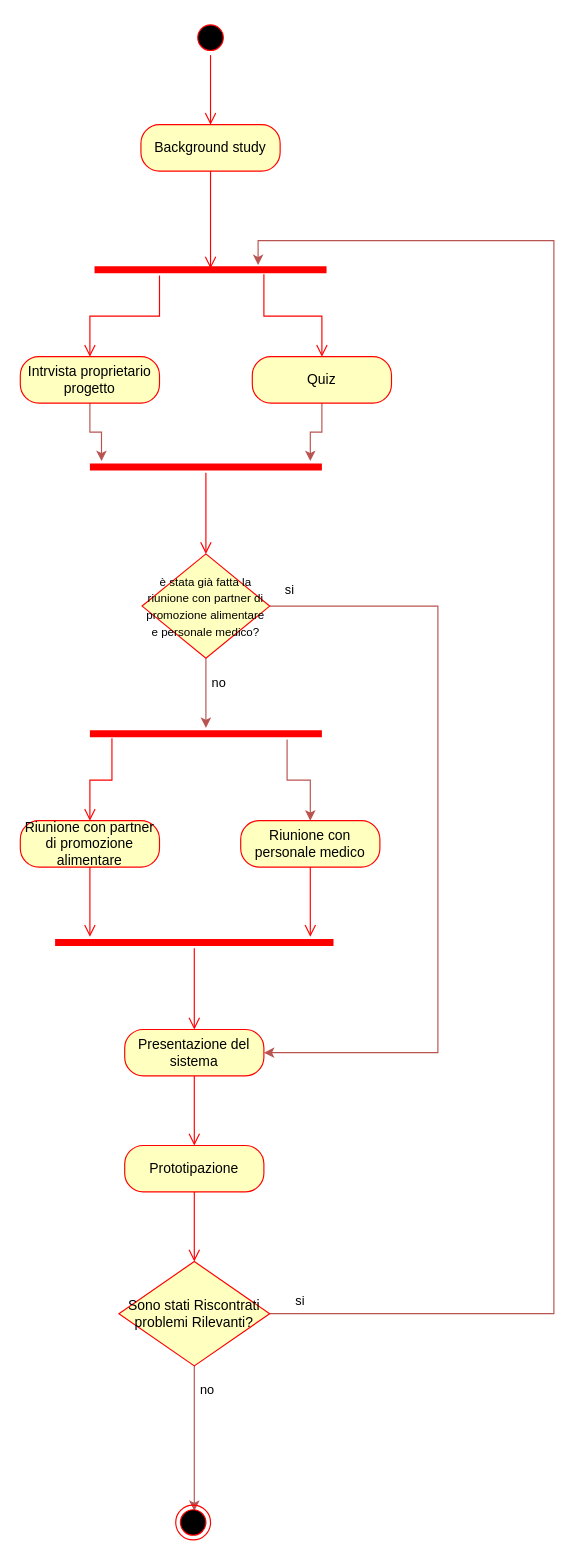
Barbera9/mixed keeps this draw.io diagram as grafi/V2.drawio. Above is the earlier version. Source tidied: cells renumbered, new cells numbered last; positions are measured from the earlier drawing's top-left corner, leaving out a move shared by most shapes. Both pictures are drawn from the tidied source at 116%, with x=0, y=0 at pixel (20, 20).
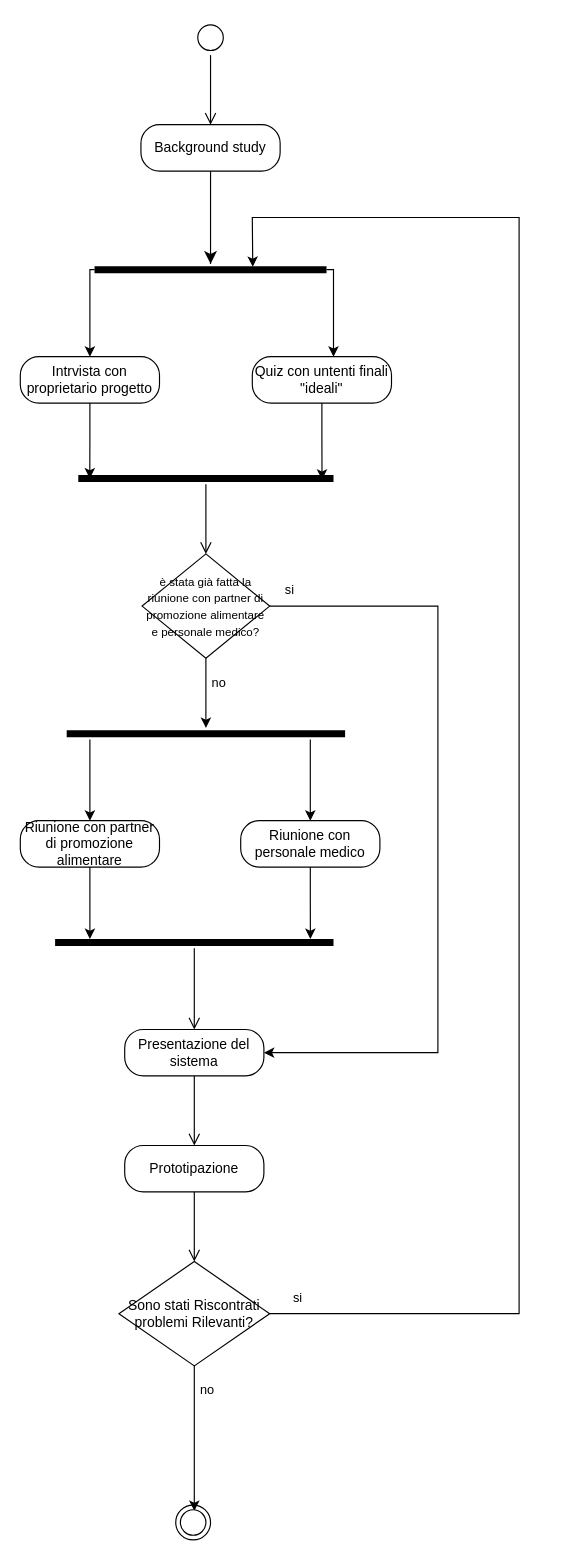
Above is the later version.

The edit, as a diff of the source:
```diff
@@
-    <mxCell id="2" style="ellipse;html=1;shape=startState;fillColor=#000000;strokeColor=#ff0000;" parent="1" vertex="1">
+    <mxCell id="2" style="ellipse;html=1;shape=startState;" parent="1" vertex="1">
       <mxGeometry x="149" width="30" height="30" as="geometry" />
     </mxCell>
-    <mxCell id="3" style="edgeStyle=orthogonalEdgeStyle;html=1;verticalAlign=bottom;endArrow=open;endSize=8;strokeColor=#ff0000;rounded=0;entryX=0.5;entryY=0;entryDx=0;entryDy=0;" parent="1" edge="1" source="2" target="8">
+    <mxCell id="3" style="edgeStyle=orthogonalEdgeStyle;html=1;verticalAlign=bottom;endArrow=open;endSize=8;rounded=0;entryX=0.5;entryY=0;entryDx=0;entryDy=0;" parent="1" edge="1" source="2" target="8">
       <mxGeometry relative="1" as="geometry" />
     </mxCell>
-    <mxCell id="4" style="edgeStyle=orthogonalEdgeStyle;rounded=0;jettySize=auto;html=1;fillColor=#f8cecc;strokeColor=#b85450;" parent="1" edge="1" source="5" target="13">
-      <mxGeometry relative="1" as="geometry">
-        <Array as="points">
-          <mxPoint x="260" y="355" />
-          <mxPoint x="250" y="355" />
-        </Array>
-      </mxGeometry>
-    </mxCell>
+    <mxCell id="39" style="edgeStyle=orthogonalEdgeStyle;rounded=0;jettySize=auto;html=1;entryX=0.955;entryY=0.6;entryDx=0;entryDy=0;entryPerimeter=0;endArrow=classic;endFill=1;" parent="1" edge="1" source="5" target="48">
+      <mxGeometry relative="1" as="geometry" />
+    </mxCell>
-    <mxCell id="5" value="Quiz" style="rounded=1;whiteSpace=wrap;html=1;arcSize=40;fontColor=#000000;fillColor=#ffffc0;strokeColor=#ff0000;" parent="1" vertex="1">
+    <mxCell id="5" value="Quiz con untenti finali &quot;ideali&quot;" style="rounded=1;whiteSpace=wrap;html=1;arcSize=40;" parent="1" vertex="1">
       <mxGeometry x="200" y="290" width="120" height="40" as="geometry" />
     </mxCell>
-    <mxCell id="6" style="edgeStyle=orthogonalEdgeStyle;rounded=0;jettySize=auto;html=1;fillColor=#f8cecc;strokeColor=#b85450;" parent="1" edge="1" source="7" target="13">
-      <mxGeometry relative="1" as="geometry">
-        <Array as="points">
-          <mxPoint x="60" y="355" />
-          <mxPoint x="70" y="355" />
-        </Array>
-      </mxGeometry>
-    </mxCell>
+    <mxCell id="40" style="edgeStyle=orthogonalEdgeStyle;rounded=0;jettySize=auto;html=1;entryX=0.045;entryY=0.5;entryDx=0;entryDy=0;entryPerimeter=0;endArrow=classic;endFill=1;" parent="1" edge="1" source="7" target="48">
+      <mxGeometry relative="1" as="geometry" />
+    </mxCell>
-    <mxCell id="7" value="Intrvista proprietario progetto" style="rounded=1;whiteSpace=wrap;html=1;arcSize=40;fontColor=#000000;fillColor=#ffffc0;strokeColor=#ff0000;" parent="1" vertex="1">
+    <mxCell id="7" value="Intrvista con proprietario progetto" style="rounded=1;whiteSpace=wrap;html=1;arcSize=40;" parent="1" vertex="1">
       <mxGeometry y="290" width="120" height="40" as="geometry" />
     </mxCell>
-    <mxCell id="8" value="Background study" style="rounded=1;whiteSpace=wrap;html=1;arcSize=40;fontColor=#000000;fillColor=#ffffc0;strokeColor=#ff0000;" parent="1" vertex="1">
+    <mxCell id="8" value="Background study" style="rounded=1;whiteSpace=wrap;html=1;arcSize=40;" parent="1" vertex="1">
       <mxGeometry x="104" y="90" width="120" height="40" as="geometry" />
     </mxCell>
-    <mxCell id="9" style="edgeStyle=orthogonalEdgeStyle;html=1;verticalAlign=bottom;endArrow=open;endSize=8;strokeColor=#ff0000;rounded=0;entryX=0.5;entryY=0.4;entryDx=0;entryDy=0;entryPerimeter=0;" parent="1" edge="1" source="8" target="10">
-      <mxGeometry relative="1" as="geometry" />
+    <mxCell id="9" style="edgeStyle=orthogonalEdgeStyle;html=1;verticalAlign=bottom;endArrow=none;endSize=8;rounded=0;endFill=0;" parent="1" edge="1" source="46">
+      <mxGeometry relative="1" as="geometry">
+        <mxPoint x="164" y="210" as="targetPoint" />
+      </mxGeometry>
     </mxCell>
-    <mxCell id="10" style="shape=line;html=1;strokeWidth=6;strokeColor=#ff0000;" parent="1" vertex="1">
-      <mxGeometry x="64" y="210" width="200" height="10" as="geometry" />
-    </mxCell>
-    <mxCell id="11" style="edgeStyle=orthogonalEdgeStyle;html=1;verticalAlign=bottom;endArrow=open;endSize=8;strokeColor=#ff0000;rounded=0;entryX=0.5;entryY=0;entryDx=0;entryDy=0;" parent="1" edge="1" source="10" target="7">
-      <mxGeometry relative="1" as="geometry">
-        <Array as="points">
-          <mxPoint x="120" y="255" />
-          <mxPoint x="60" y="255" />
-        </Array>
-      </mxGeometry>
-    </mxCell>
-    <mxCell id="12" style="edgeStyle=orthogonalEdgeStyle;html=1;verticalAlign=bottom;endArrow=open;endSize=8;strokeColor=#ff0000;rounded=0;entryX=0.5;entryY=0;entryDx=0;entryDy=0;" parent="1" edge="1" target="5">
-      <mxGeometry relative="1" as="geometry">
-        <mxPoint x="210" y="219" as="sourcePoint" />
-        <Array as="points">
-          <mxPoint x="210" y="219" />
-          <mxPoint x="210" y="255" />
-          <mxPoint x="284" y="255" />
-        </Array>
-      </mxGeometry>
-    </mxCell>
-    <mxCell id="13" style="shape=line;html=1;strokeWidth=6;strokeColor=#ff0000;" parent="1" vertex="1">
-      <mxGeometry x="60" y="380" width="200" height="10" as="geometry" />
-    </mxCell>
-    <mxCell id="14" style="edgeStyle=orthogonalEdgeStyle;html=1;verticalAlign=bottom;endArrow=open;endSize=8;strokeColor=#ff0000;rounded=0;entryX=0.5;entryY=0;entryDx=0;entryDy=0;" parent="1" edge="1" source="13" target="19">
+    <mxCell id="14" style="edgeStyle=orthogonalEdgeStyle;html=1;verticalAlign=bottom;endArrow=open;endSize=8;rounded=0;entryX=0.5;entryY=0;entryDx=0;entryDy=0;" parent="1" edge="1" source="48" target="19">
       <mxGeometry relative="1" as="geometry" />
     </mxCell>
-    <mxCell id="15" style="edgeStyle=orthogonalEdgeStyle;rounded=0;jettySize=auto;html=1;fillColor=#f8cecc;strokeColor=#b85450;" parent="1" edge="1" source="19">
+    <mxCell id="15" style="edgeStyle=orthogonalEdgeStyle;rounded=0;jettySize=auto;html=1;endArrow=classic;endFill=1;" parent="1" edge="1" source="19">
       <mxGeometry relative="1" as="geometry">
         <mxPoint x="160" y="610" as="targetPoint" />
       </mxGeometry>
     </mxCell>
@@
-    <mxCell id="17" style="edgeStyle=orthogonalEdgeStyle;rounded=0;jettySize=auto;html=1;entryX=1;entryY=0.5;entryDx=0;entryDy=0;fillColor=#f8cecc;strokeColor=#b85450;" parent="1" edge="1" source="19" target="29">
+    <mxCell id="17" style="edgeStyle=orthogonalEdgeStyle;rounded=0;jettySize=auto;html=1;entryX=1;entryY=0.5;entryDx=0;entryDy=0;" parent="1" edge="1" source="19" target="29">
       <mxGeometry relative="1" as="geometry">
         <Array as="points">
           <mxPoint x="360" y="505" />
           <mxPoint x="360" y="890" />
         </Array>
       </mxGeometry>
     </mxCell>
@@
-    <mxCell id="19" value="&lt;font style=&quot;font-size: 10px;&quot;&gt;è stata già fatta la riunione con partner di promozione alimentare e personale medico?&lt;/font&gt;" style="rhombus;whiteSpace=wrap;html=1;fontColor=#000000;fillColor=#ffffc0;strokeColor=#ff0000;" parent="1" vertex="1">
+    <mxCell id="19" value="&lt;font style=&quot;font-size: 10px;&quot;&gt;è stata già fatta la riunione con partner di promozione alimentare e personale medico?&lt;/font&gt;" style="rhombus;whiteSpace=wrap;html=1;" parent="1" vertex="1">
       <mxGeometry x="105" y="460" width="110" height="90" as="geometry" />
     </mxCell>
-    <mxCell id="20" style="edgeStyle=orthogonalEdgeStyle;rounded=0;jettySize=auto;html=1;fillColor=#f8cecc;strokeColor=#b85450;" parent="1" edge="1" source="21" target="25">
-      <mxGeometry relative="1" as="geometry">
-        <Array as="points">
-          <mxPoint x="230" y="655" />
-          <mxPoint x="250" y="655" />
-        </Array>
-      </mxGeometry>
-    </mxCell>
-    <mxCell id="21" style="shape=line;html=1;strokeWidth=6;strokeColor=#ff0000;" parent="1" vertex="1">
-      <mxGeometry x="60" y="610" width="200" height="10" as="geometry" />
-    </mxCell>
-    <mxCell id="22" style="edgeStyle=orthogonalEdgeStyle;html=1;verticalAlign=bottom;endArrow=open;endSize=8;strokeColor=#ff0000;rounded=0;exitX=0.095;exitY=0.9;exitDx=0;exitDy=0;exitPerimeter=0;entryX=0.5;entryY=0;entryDx=0;entryDy=0;" parent="1" edge="1" source="21" target="23">
-      <mxGeometry relative="1" as="geometry" />
-    </mxCell>
+    <mxCell id="41" style="edgeStyle=orthogonalEdgeStyle;rounded=0;jettySize=auto;html=1;entryX=0.125;entryY=0.2;entryDx=0;entryDy=0;entryPerimeter=0;" parent="1" edge="1" source="23" target="49">
+      <mxGeometry relative="1" as="geometry" />
+    </mxCell>
-    <mxCell id="23" value="Riunione con partner di promozione alimentare" style="rounded=1;whiteSpace=wrap;html=1;arcSize=40;fontColor=#000000;fillColor=#ffffc0;strokeColor=#ff0000;" parent="1" vertex="1">
+    <mxCell id="23" value="Riunione con partner di promozione alimentare" style="rounded=1;whiteSpace=wrap;html=1;arcSize=40;" parent="1" vertex="1">
       <mxGeometry y="690" width="120" height="40" as="geometry" />
     </mxCell>
-    <mxCell id="24" style="edgeStyle=orthogonalEdgeStyle;html=1;verticalAlign=bottom;endArrow=open;endSize=8;strokeColor=#ff0000;rounded=0;" parent="1" edge="1" source="23">
-      <mxGeometry relative="1" as="geometry">
-        <mxPoint x="60" y="790" as="targetPoint" />
-      </mxGeometry>
-    </mxCell>
+    <mxCell id="42" style="edgeStyle=orthogonalEdgeStyle;rounded=0;jettySize=auto;html=1;entryX=0.917;entryY=0.2;entryDx=0;entryDy=0;entryPerimeter=0;" parent="1" edge="1" source="25" target="49">
+      <mxGeometry relative="1" as="geometry" />
+    </mxCell>
-    <mxCell id="25" value="Riunione con personale medico" style="rounded=1;whiteSpace=wrap;html=1;arcSize=40;fontColor=#000000;fillColor=#ffffc0;strokeColor=#ff0000;" parent="1" vertex="1">
+    <mxCell id="25" value="Riunione con personale medico" style="rounded=1;whiteSpace=wrap;html=1;arcSize=40;" parent="1" vertex="1">
       <mxGeometry x="190" y="690" width="120" height="40" as="geometry" />
     </mxCell>
-    <mxCell id="26" style="edgeStyle=orthogonalEdgeStyle;html=1;verticalAlign=bottom;endArrow=open;endSize=8;strokeColor=#ff0000;rounded=0;" parent="1" edge="1" source="25">
-      <mxGeometry relative="1" as="geometry">
-        <mxPoint x="250" y="790" as="targetPoint" />
-      </mxGeometry>
-    </mxCell>
-    <mxCell id="27" style="shape=line;html=1;strokeWidth=6;strokeColor=#ff0000;" parent="1" vertex="1">
-      <mxGeometry x="30" y="790" width="240" height="10" as="geometry" />
-    </mxCell>
-    <mxCell id="28" style="edgeStyle=orthogonalEdgeStyle;html=1;verticalAlign=bottom;endArrow=open;endSize=8;strokeColor=#ff0000;rounded=0;" parent="1" edge="1" source="27">
-      <mxGeometry relative="1" as="geometry">
-        <mxPoint x="150" y="870" as="targetPoint" />
-      </mxGeometry>
-    </mxCell>
-    <mxCell id="29" value="Presentazione del sistema" style="rounded=1;whiteSpace=wrap;html=1;arcSize=40;fontColor=#000000;fillColor=#ffffc0;strokeColor=#ff0000;" parent="1" vertex="1">
+    <mxCell id="29" value="Presentazione del sistema" style="rounded=1;whiteSpace=wrap;html=1;arcSize=40;" parent="1" vertex="1">
       <mxGeometry x="90" y="870" width="120" height="40" as="geometry" />
     </mxCell>
-    <mxCell id="30" style="edgeStyle=orthogonalEdgeStyle;html=1;verticalAlign=bottom;endArrow=open;endSize=8;strokeColor=#ff0000;rounded=0;" parent="1" edge="1" source="29">
+    <mxCell id="30" style="edgeStyle=orthogonalEdgeStyle;html=1;verticalAlign=bottom;endArrow=open;endSize=8;rounded=0;" parent="1" edge="1" source="29">
       <mxGeometry relative="1" as="geometry">
         <mxPoint x="150" y="970" as="targetPoint" />
       </mxGeometry>
     </mxCell>
-    <mxCell id="31" value="Prototipazione" style="rounded=1;whiteSpace=wrap;html=1;arcSize=40;fontColor=#000000;fillColor=#ffffc0;strokeColor=#ff0000;" parent="1" vertex="1">
+    <mxCell id="31" value="Prototipazione" style="rounded=1;whiteSpace=wrap;html=1;arcSize=40;" parent="1" vertex="1">
       <mxGeometry x="90" y="970" width="120" height="40" as="geometry" />
     </mxCell>
-    <mxCell id="32" style="edgeStyle=orthogonalEdgeStyle;html=1;verticalAlign=bottom;endArrow=open;endSize=8;strokeColor=#ff0000;rounded=0;" parent="1" edge="1" source="31">
+    <mxCell id="32" style="edgeStyle=orthogonalEdgeStyle;html=1;verticalAlign=bottom;endArrow=open;endSize=8;rounded=0;" parent="1" edge="1" source="31">
       <mxGeometry relative="1" as="geometry">
         <mxPoint x="150" y="1070" as="targetPoint" />
       </mxGeometry>
     </mxCell>
-    <mxCell id="33" style="edgeStyle=orthogonalEdgeStyle;rounded=0;jettySize=auto;html=1;entryX=0.705;entryY=0.1;entryDx=0;entryDy=0;entryPerimeter=0;fillColor=#f8cecc;strokeColor=#b85450;" parent="1" edge="1" source="37" target="10">
-      <mxGeometry relative="1" as="geometry">
-        <Array as="points">
-          <mxPoint x="460" y="1115" />
-          <mxPoint x="460" y="190" />
-          <mxPoint x="205" y="190" />
-        </Array>
-      </mxGeometry>
-    </mxCell>
-    <mxCell id="34" value="si" style="edgeLabel;html=1;align=center;verticalAlign=middle;" parent="33" vertex="1">
-      <mxGeometry x="-0.35" y="2" relative="1" as="geometry">
-        <mxPoint x="-218" y="213" as="offset" />
-      </mxGeometry>
-    </mxCell>
-    <mxCell id="35" style="edgeStyle=orthogonalEdgeStyle;rounded=0;jettySize=auto;html=1;fillColor=#f8cecc;strokeColor=#b85450;" parent="1" edge="1" source="37">
+    <mxCell id="35" style="edgeStyle=orthogonalEdgeStyle;rounded=0;jettySize=auto;html=1;" parent="1" edge="1" source="37">
       <mxGeometry relative="1" as="geometry">
         <mxPoint x="150" y="1285" as="targetPoint" />
       </mxGeometry>
     </mxCell>
@@
-    <mxCell id="37" value="Sono stati Riscontrati problemi Rilevanti?" style="rhombus;whiteSpace=wrap;html=1;fontColor=#000000;fillColor=#ffffc0;strokeColor=#ff0000;" parent="1" vertex="1">
+    <mxCell id="37" value="Sono stati Riscontrati problemi Rilevanti?" style="rhombus;whiteSpace=wrap;html=1;" parent="1" vertex="1">
       <mxGeometry x="85" y="1070" width="130" height="90" as="geometry" />
     </mxCell>
-    <mxCell id="38" style="ellipse;html=1;shape=endState;fillColor=#000000;strokeColor=#ff0000;" parent="1" vertex="1">
+    <mxCell id="38" style="ellipse;html=1;shape=endState;" parent="1" vertex="1">
       <mxGeometry x="134" y="1280" width="30" height="30" as="geometry" />
     </mxCell>
+    <mxCell id="43" style="edgeStyle=orthogonalEdgeStyle;html=1;verticalAlign=bottom;endArrow=classic;endSize=8;rounded=0;endFill=1;" parent="1" edge="1" source="8" target="46">
+      <mxGeometry relative="1" as="geometry" />
+    </mxCell>
+    <mxCell id="44" style="edgeStyle=orthogonalEdgeStyle;rounded=0;jettySize=auto;html=1;entryX=0.5;entryY=0;entryDx=0;entryDy=0;exitX=0;exitY=0.5;exitDx=0;exitDy=0;exitPerimeter=0;" parent="1" edge="1" source="46" target="7">
+      <mxGeometry relative="1" as="geometry">
+        <Array as="points">
+          <mxPoint x="60" y="215" />
+        </Array>
+      </mxGeometry>
+    </mxCell>
+    <mxCell id="45" style="edgeStyle=orthogonalEdgeStyle;rounded=0;jettySize=auto;html=1;exitX=1;exitY=0.5;exitDx=0;exitDy=0;exitPerimeter=0;" parent="1" edge="1" source="46" target="5">
+      <mxGeometry relative="1" as="geometry">
+        <Array as="points">
+          <mxPoint x="270" y="215" />
+        </Array>
+      </mxGeometry>
+    </mxCell>
+    <mxCell id="46" style="shape=line;html=1;strokeWidth=6;" parent="1" vertex="1">
+      <mxGeometry x="64" y="210" width="200" height="10" as="geometry" />
+    </mxCell>
+    <mxCell id="47" style="endArrow=classic;html=1;rounded=0;exitX=1;exitY=0.5;exitDx=0;exitDy=0;entryX=0.682;entryY=0.254;entryDx=0;entryDy=0;entryPerimeter=0;" parent="1" edge="1" source="37" target="46">
+      <mxGeometry relative="1" as="geometry">
+        <Array as="points">
+          <mxPoint x="430" y="1115" />
+          <mxPoint x="430" y="170" />
+          <mxPoint x="200" y="170" />
+        </Array>
+      </mxGeometry>
+    </mxCell>
+    <mxCell id="34" value="si" style="edgeLabel;html=1;align=center;verticalAlign=middle;" parent="47" vertex="1">
+      <mxGeometry x="-0.96" y="3" relative="1" as="geometry">
+        <mxPoint x="-6" y="-12" as="offset" />
+      </mxGeometry>
+    </mxCell>
+    <mxCell id="48" style="shape=line;html=1;strokeWidth=6;" parent="1" vertex="1">
+      <mxGeometry x="50" y="390" width="220" height="10" as="geometry" />
+    </mxCell>
+    <mxCell id="49" style="shape=line;html=1;strokeWidth=6;" parent="1" vertex="1">
+      <mxGeometry x="30" y="790" width="240" height="10" as="geometry" />
+    </mxCell>
+    <mxCell id="50" style="edgeStyle=orthogonalEdgeStyle;html=1;verticalAlign=bottom;endArrow=open;endSize=8;rounded=0;" parent="1" edge="1" source="49">
+      <mxGeometry relative="1" as="geometry">
+        <mxPoint x="150" y="870" as="targetPoint" />
+      </mxGeometry>
+    </mxCell>
+    <mxCell id="51" style="edgeStyle=orthogonalEdgeStyle;rounded=0;jettySize=auto;html=1;" parent="1" edge="1" source="53" target="25">
+      <mxGeometry relative="1" as="geometry">
+        <Array as="points">
+          <mxPoint x="250" y="630" />
+          <mxPoint x="250" y="630" />
+        </Array>
+      </mxGeometry>
+    </mxCell>
+    <mxCell id="52" style="edgeStyle=orthogonalEdgeStyle;rounded=0;jettySize=auto;html=1;entryX=0.5;entryY=0;entryDx=0;entryDy=0;" parent="1" edge="1" source="53" target="23">
+      <mxGeometry relative="1" as="geometry">
+        <Array as="points">
+          <mxPoint x="60" y="640" />
+          <mxPoint x="60" y="640" />
+        </Array>
+      </mxGeometry>
+    </mxCell>
+    <mxCell id="53" style="shape=line;html=1;strokeWidth=6;" parent="1" vertex="1">
+      <mxGeometry x="40" y="610" width="240" height="10" as="geometry" />
+    </mxCell>
```
